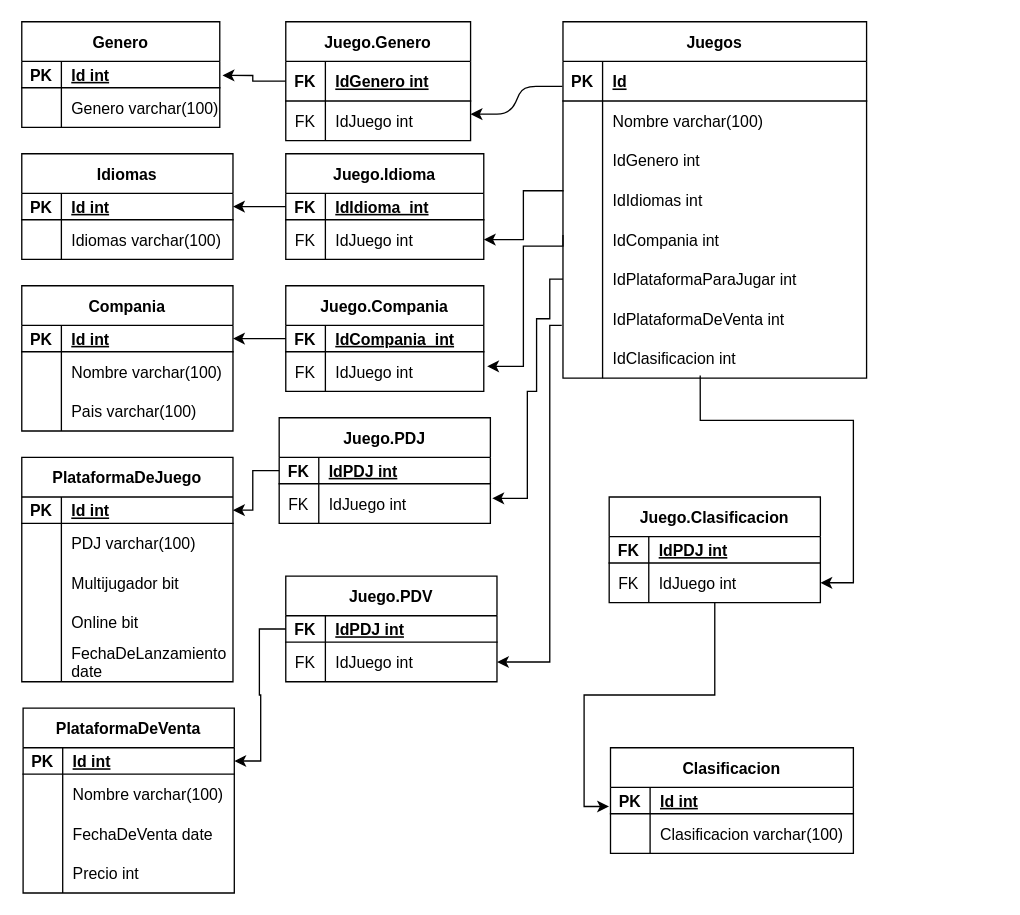
Earlier version of the draw.io diagram Diagrama Catalogo Juegos.drawio (Mineo-Lucas/Ejercicios-SQL). Source tidied: cells renumbered, new cells numbered last; positions are measured from the earlier drawing's top-left corner, leaving out a move shared by most shapes. Both pictures are drawn from the tidied source at 132%, with x=0, y=0 at pixel (21, 21).
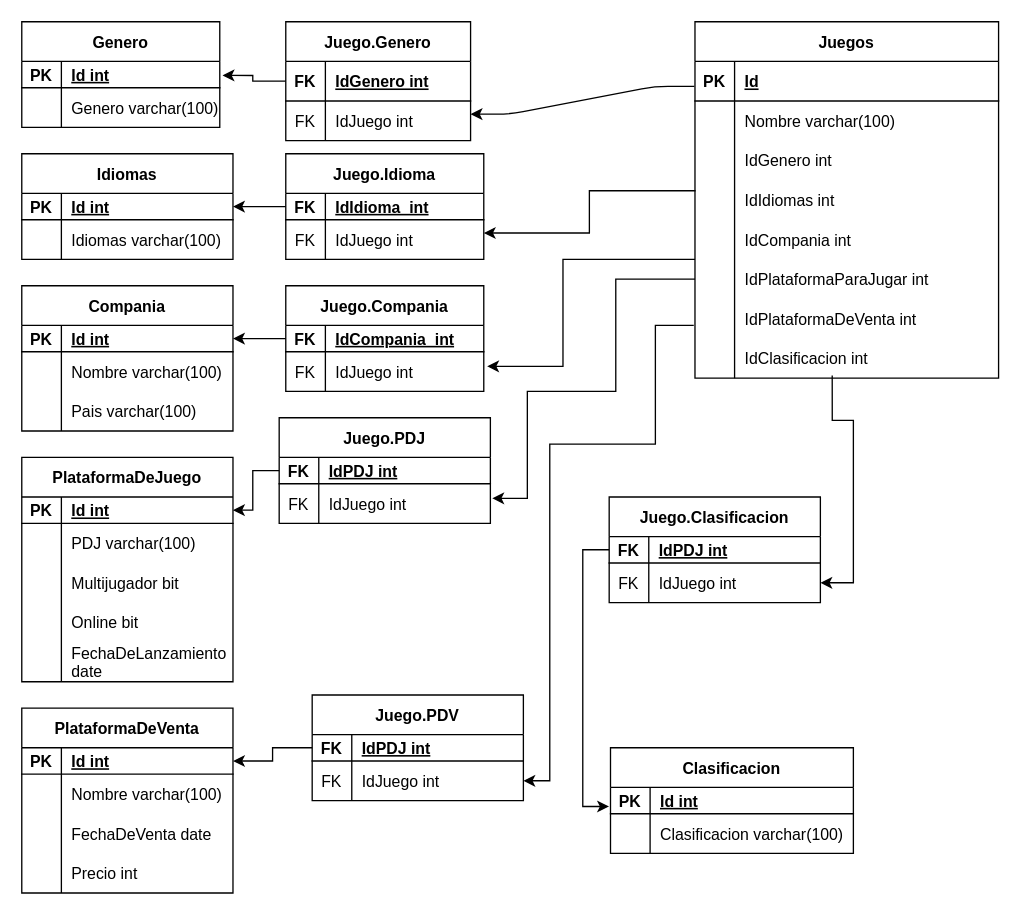
After the change.

The change refers to these unchanged cells:
```xml
<mxCell id="13" style="shape=partialRectangle;fillColor=none;points=[[0,0.5],[1,0.5]];portConstraint=eastwest;top=0;left=0;right=0;bottom=0;" parent="3" vertex="1">
  <mxGeometry y="120" width="230" height="30" as="geometry" />
</mxCell>
<mxCell id="16" style="shape=partialRectangle;fillColor=none;points=[[0,0.5],[1,0.5]];portConstraint=eastwest;top=0;left=0;right=0;bottom=0;" parent="3" vertex="1">
  <mxGeometry y="150" width="230" height="30" as="geometry" />
</mxCell>
<mxCell id="19" style="shape=partialRectangle;fillColor=none;points=[[0,0.5],[1,0.5]];portConstraint=eastwest;top=0;left=0;right=0;bottom=0;" parent="3" vertex="1">
  <mxGeometry y="180" width="230" height="30" as="geometry" />
</mxCell>
<mxCell id="22" style="shape=partialRectangle;fillColor=none;points=[[0,0.5],[1,0.5]];portConstraint=eastwest;top=0;left=0;right=0;bottom=0;" parent="3" vertex="1">
  <mxGeometry y="210" width="230" height="30" as="geometry" />
</mxCell>
<mxCell id="25" style="shape=partialRectangle;fillColor=none;points=[[0,0.5],[1,0.5]];portConstraint=eastwest;top=0;left=0;right=0;bottom=0;" parent="3" vertex="1">
  <mxGeometry y="240" width="230" height="30" as="geometry" />
</mxCell>
<mxCell id="48" style="shape=partialRectangle;fillColor=none;points=[[0,0.5],[1,0.5]];portConstraint=eastwest;top=0;left=0;right=0;bottom=0;" parent="44" vertex="1">
  <mxGeometry y="50" width="150" height="30" as="geometry" />
</mxCell>
<mxCell id="73" style="shape=partialRectangle;fillColor=none;points=[[0,0.5],[1,0.5]];portConstraint=eastwest;top=0;left=0;right=0;bottom=0;" parent="69" vertex="1">
  <mxGeometry y="50" width="150" height="30" as="geometry" />
</mxCell>
<mxCell id="82" style="shape=partialRectangle;fillColor=none;points=[[0,0.5],[1,0.5]];portConstraint=eastwest;top=0;left=0;right=0;bottom=0;" parent="78" vertex="1">
  <mxGeometry y="50" width="160" height="30" as="geometry" />
</mxCell>
<mxCell id="120" style="shape=partialRectangle;fillColor=none;points=[[0,0.5],[1,0.5]];portConstraint=eastwest;top=0;left=0;right=0;bottom=0;" parent="116" vertex="1">
  <mxGeometry y="50" width="160" height="30" as="geometry" />
</mxCell>
<mxCell id="126" style="shape=partialRectangle;fillColor=none;points=[[0,0.5],[1,0.5]];portConstraint=eastwest;top=0;left=0;right=0;bottom=1;" parent="125" vertex="1">
  <mxGeometry y="30" width="184" height="20" as="geometry" />
</mxCell>
<mxCell id="133" value="Juego.Clasificacion" style="shape=table;startSize=30;childLayout=tableLayout;rowLines=0;fontStyle=1;align=center;" parent="1" vertex="1">
  <mxGeometry x="445" y="360" width="160" height="80" as="geometry" />
</mxCell>
<mxCell id="134" style="shape=partialRectangle;fillColor=none;points=[[0,0.5],[1,0.5]];portConstraint=eastwest;top=0;left=0;right=0;bottom=1;" parent="133" vertex="1">
  <mxGeometry y="30" width="160" height="20" as="geometry" />
</mxCell>
<mxCell id="137" style="shape=partialRectangle;fillColor=none;points=[[0,0.5],[1,0.5]];portConstraint=eastwest;top=0;left=0;right=0;bottom=0;" parent="133" vertex="1">
  <mxGeometry y="50" width="160" height="30" as="geometry" />
</mxCell>
```

Change to the diagram source:
```diff
@@
     <mxCell id="3" value="Juegos" style="shape=table;startSize=30;childLayout=tableLayout;rowLines=0;fontStyle=1;align=center;" parent="1" vertex="1">
-      <mxGeometry x="410" width="230" height="270" as="geometry" />
+      <mxGeometry x="510" width="230" height="270" as="geometry" />
     </mxCell>
@@
     <mxCell id="58" style="edgeStyle=orthogonalEdgeStyle;rounded=0;jettySize=auto;html=1;exitX=0.002;exitY=0.267;exitDx=0;exitDy=0;exitPerimeter=0;" parent="1" edge="1" source="13" target="48">
-      <mxGeometry relative="1" as="geometry" />
+      <mxGeometry relative="1" as="geometry">
+        <Array as="points">
+          <mxPoint x="430" y="128" />
+          <mxPoint x="430" y="160" />
+        </Array>
+      </mxGeometry>
     </mxCell>
@@
-    <mxCell id="76" style="edgeStyle=orthogonalEdgeStyle;rounded=0;jettySize=auto;html=1;entryX=1.017;entryY=0.367;entryDx=0;entryDy=0;entryPerimeter=0;exitX=0;exitY=0.383;exitDx=0;exitDy=0;exitPerimeter=0;" parent="1" edge="1" source="16" target="73">
+    <mxCell id="76" style="edgeStyle=orthogonalEdgeStyle;rounded=0;jettySize=auto;html=1;entryX=1.017;entryY=0.367;entryDx=0;entryDy=0;entryPerimeter=0;" parent="1" edge="1" source="16" target="73">
       <mxGeometry relative="1" as="geometry">
         <Array as="points">
-          <mxPoint x="410" y="170" />
-          <mxPoint x="380" y="170" />
-          <mxPoint x="380" y="261" />
+          <mxPoint x="410" y="180" />
+          <mxPoint x="410" y="261" />
         </Array>
       </mxGeometry>
     </mxCell>
@@
     <mxCell id="101" style="edgeStyle=orthogonalEdgeStyle;rounded=0;jettySize=auto;html=1;entryX=1.009;entryY=0.367;entryDx=0;entryDy=0;entryPerimeter=0;" parent="1" edge="1" source="19" target="82">
       <mxGeometry relative="1" as="geometry">
         <Array as="points">
-          <mxPoint x="400" y="195" />
-          <mxPoint x="400" y="225" />
-          <mxPoint x="390" y="225" />
-          <mxPoint x="390" y="280" />
+          <mxPoint x="450" y="195" />
+          <mxPoint x="450" y="280" />
           <mxPoint x="383" y="280" />
           <mxPoint x="383" y="361" />
         </Array>
       </mxGeometry>
     </mxCell>
@@
     <mxCell id="103" value="PlataformaDeVenta" style="shape=table;startSize=30;childLayout=tableLayout;rowLines=0;fontStyle=1;align=center;" parent="1" vertex="1">
-      <mxGeometry x="1" y="520" width="160" height="140" as="geometry" />
+      <mxGeometry y="520" width="160" height="140" as="geometry" />
     </mxCell>
@@
     <mxCell id="116" value="Juego.PDV" style="shape=table;startSize=30;childLayout=tableLayout;rowLines=0;fontStyle=1;align=center;" parent="1" vertex="1">
-      <mxGeometry x="200" y="420" width="160" height="80" as="geometry" />
+      <mxGeometry x="220" y="510" width="160" height="80" as="geometry" />
     </mxCell>
@@
     <mxCell id="123" style="edgeStyle=orthogonalEdgeStyle;rounded=0;jettySize=auto;html=1;exitX=-0.004;exitY=0.667;exitDx=0;exitDy=0;exitPerimeter=0;" parent="1" edge="1" source="22" target="120">
       <mxGeometry relative="1" as="geometry">
         <Array as="points">
-          <mxPoint x="400" y="230" />
-          <mxPoint x="400" y="485" />
+          <mxPoint x="480" y="230" />
+          <mxPoint x="480" y="320" />
+          <mxPoint x="400" y="320" />
+          <mxPoint x="400" y="575" />
         </Array>
       </mxGeometry>
     </mxCell>
@@
-    <mxCell id="132" style="edgeStyle=orthogonalEdgeStyle;rounded=0;jettySize=auto;html=1;entryX=-0.006;entryY=0.725;entryDx=0;entryDy=0;entryPerimeter=0;" parent="1" edge="1" source="133" target="126">
+    <mxCell id="132" style="edgeStyle=orthogonalEdgeStyle;rounded=0;jettySize=auto;html=1;entryX=-0.006;entryY=0.725;entryDx=0;entryDy=0;entryPerimeter=0;exitX=0;exitY=0.5;exitDx=0;exitDy=0;" parent="1" edge="1" source="134" target="126">
       <mxGeometry relative="1" as="geometry" />
     </mxCell>
@@
     <mxCell id="140" style="edgeStyle=orthogonalEdgeStyle;rounded=0;jettySize=auto;html=1;exitX=0.452;exitY=0.933;exitDx=0;exitDy=0;exitPerimeter=0;" parent="1" edge="1" source="25" target="137">
       <mxGeometry relative="1" as="geometry">
         <Array as="points">
-          <mxPoint x="514" y="302" />
+          <mxPoint x="614" y="302" />
           <mxPoint x="630" y="302" />
           <mxPoint x="630" y="425" />
         </Array>
       </mxGeometry>
     </mxCell>
```
